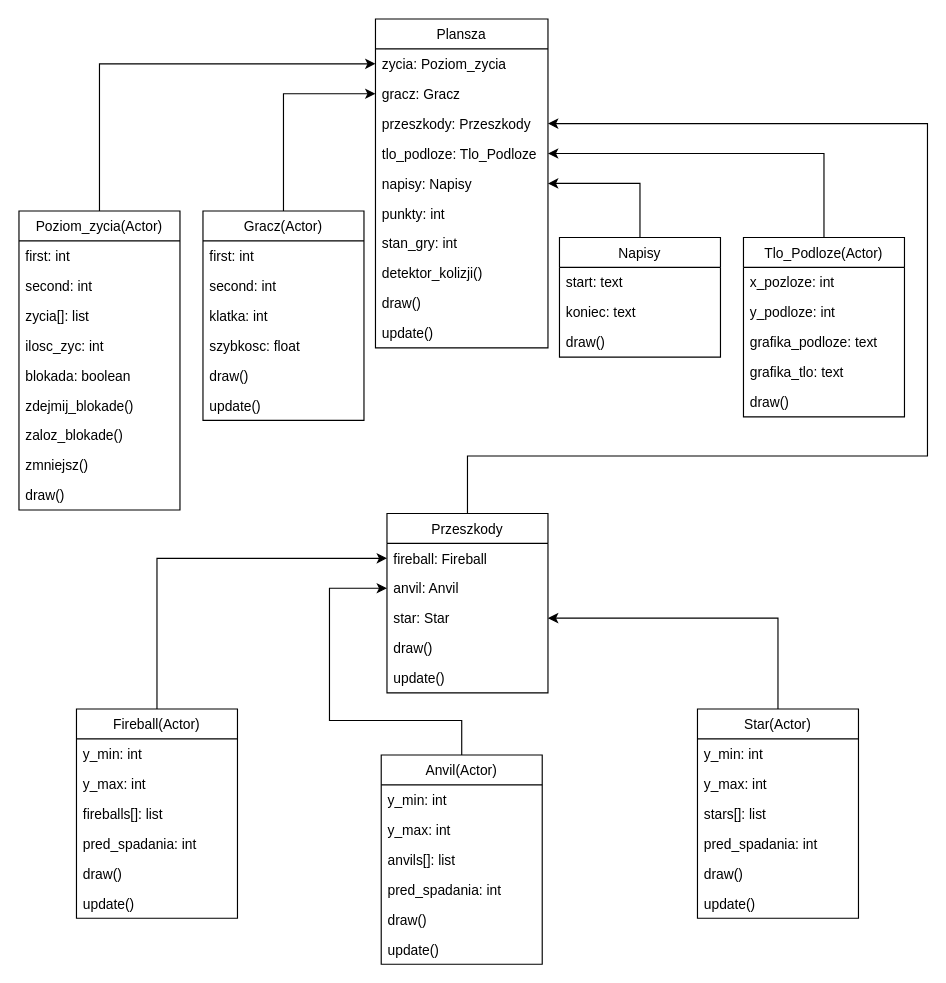
This is UML.drawio from krzysztofjedraszak/falling_game_obiektowo, a draw.io file, before an edit. Source tidied: cells renumbered, new cells numbered last; positions are measured from the earlier drawing's top-left corner, leaving out a move shared by most shapes. Both pictures are drawn from the tidied source at 115%, with x=0, y=0 at pixel (18, 18).
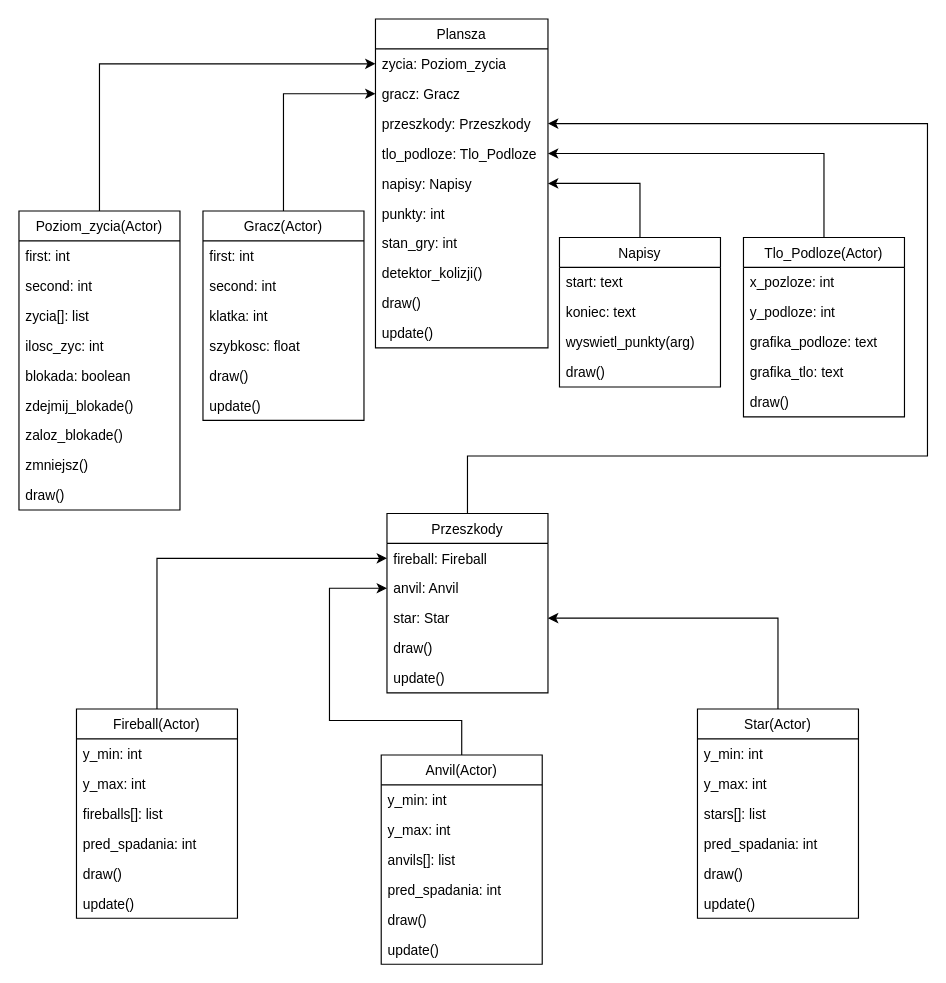
Above is the later version.

Commit message (it also covers changes not shown here):
implementacja punktow, dodanie funkcji wyswietl_punkty() w klasie Napisy()

The edit, as a diff of the source:
```diff
@@
     <mxCell id="40" value="Napisy" style="swimlane;fontStyle=0;horizontal=1;startSize=26;fillColor=none;" parent="1" vertex="1">
-      <mxGeometry x="470" y="190" width="140" height="104" as="geometry" />
+      <mxGeometry x="470" y="190" width="140" height="130" as="geometry" />
     </mxCell>
@@
+    <mxCell id="75" value="wyswietl_punkty(arg)" style="text;strokeColor=none;fillColor=none;align=left;verticalAlign=top;spacingLeft=4;spacingRight=4;overflow=hidden;" parent="40" vertex="1">
+      <mxGeometry y="78" width="140" height="26" as="geometry" />
+    </mxCell>
     <mxCell id="43" value="draw()" style="text;strokeColor=none;fillColor=none;align=left;verticalAlign=top;spacingLeft=4;spacingRight=4;overflow=hidden;" parent="40" vertex="1">
-      <mxGeometry y="78" width="140" height="26" as="geometry" />
+      <mxGeometry y="104" width="140" height="26" as="geometry" />
     </mxCell>
```
